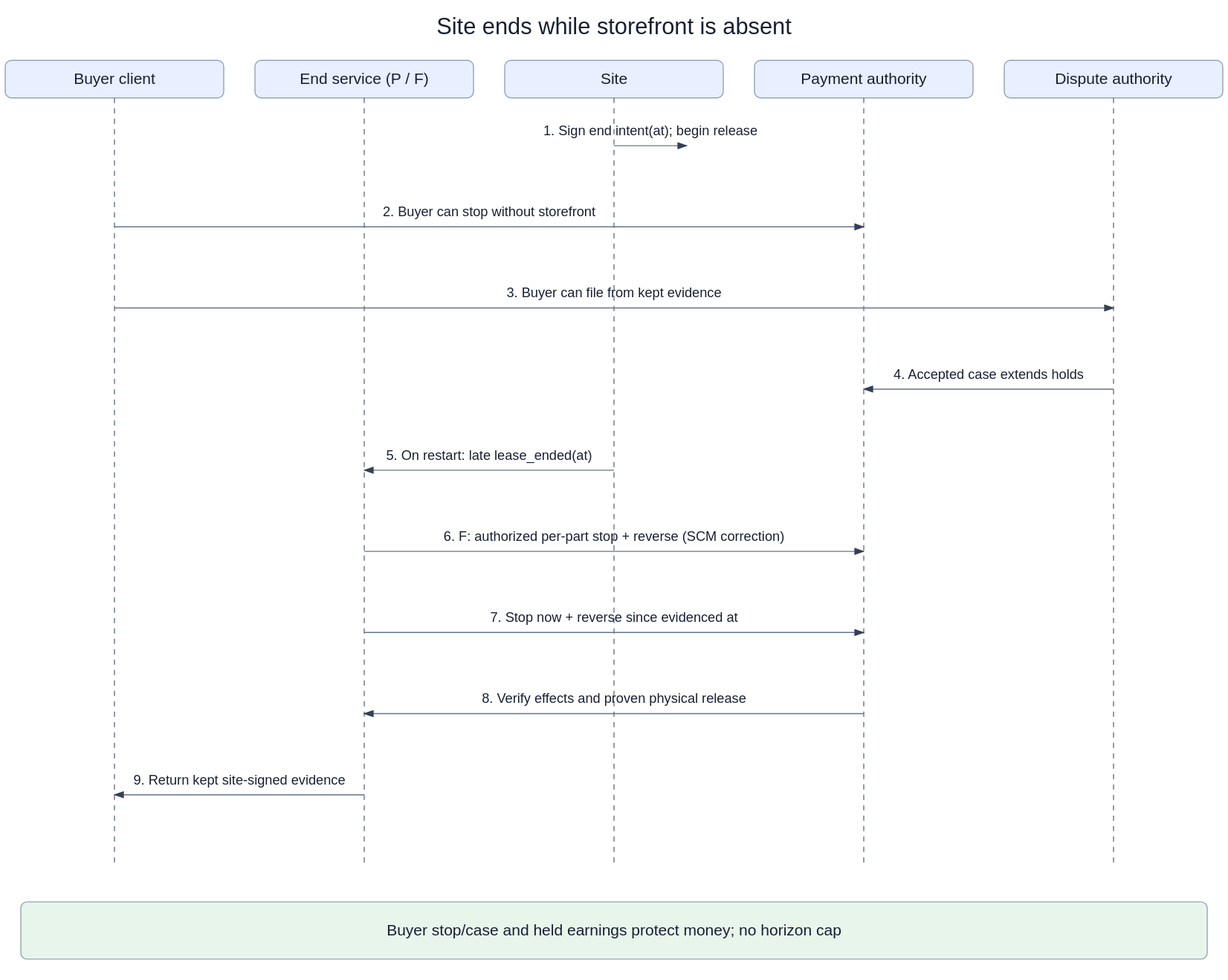
Earlier version of the draw.io export openspec/changes/converge-ongoing-compute-leases/diagrams/02-site-withdraws-storefront-dead.svg (arkhai-io/simple-compute-market). Source tidied: cells renumbered, new cells last; positions are measured from the earlier drawing's top-left corner, leaving out a move shared by most shapes.
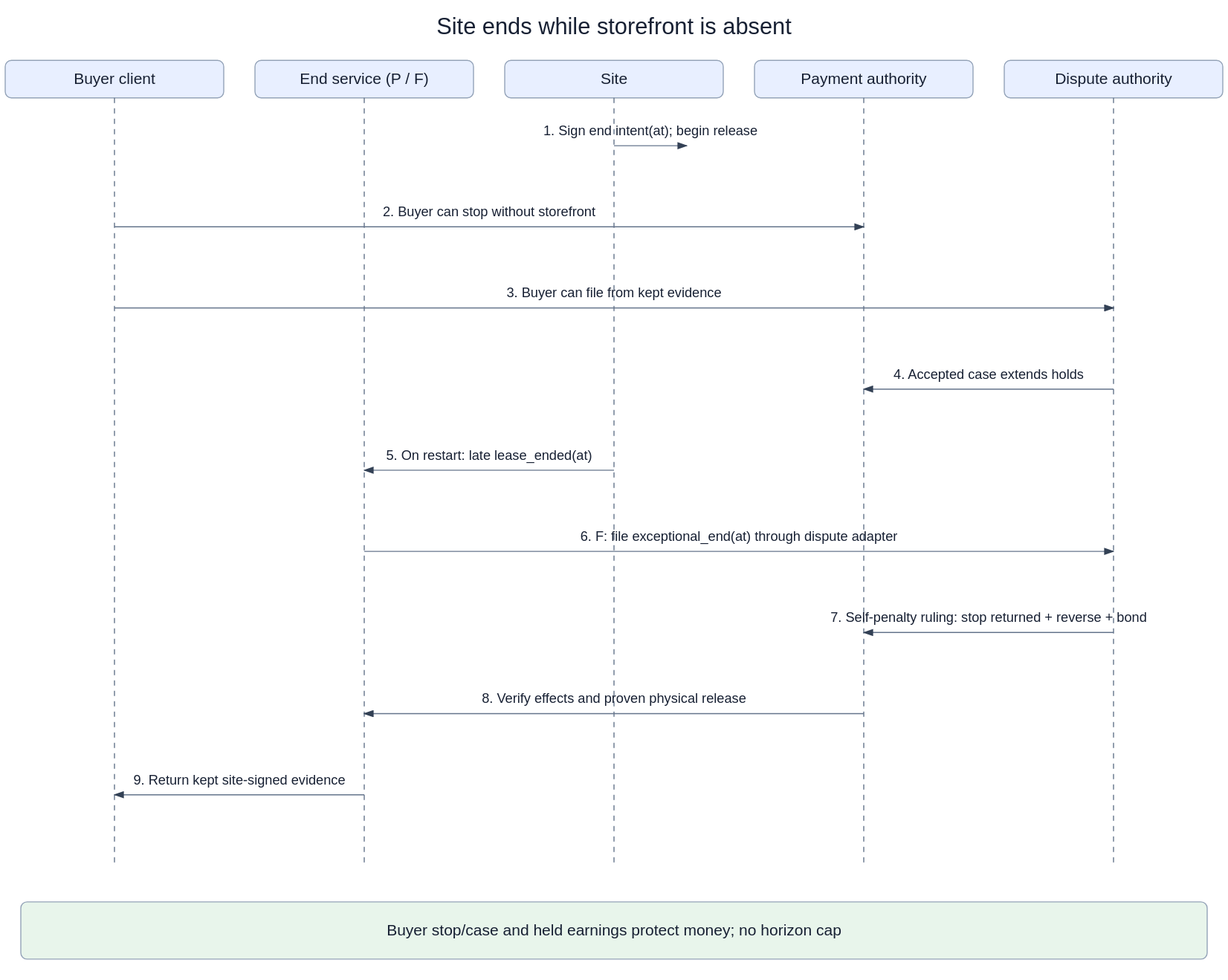
After the change.

The edit, as a diff of the source:
```diff
@@ -80,15 +80,15 @@
         <mxPoint x="345" y="442" as="targetPoint" />
       </mxGeometry>
     </mxCell>
-    <mxCell id="18" value="6. F: authorized per-part stop + reverse (SCM correction)" style="endArrow=block;fontSize=13;labelBackgroundColor=#ffffff;" parent="1" edge="1">
+    <mxCell id="18" value="6. F: file exceptional_end(at) through dispute adapter" style="endArrow=block;fontSize=13;labelBackgroundColor=#ffffff;" parent="1" edge="1">
       <mxGeometry relative="1" as="geometry">
         <mxPoint x="345" y="520" as="sourcePoint" />
-        <mxPoint x="825" y="520" as="targetPoint" />
+        <mxPoint x="1065" y="520" as="targetPoint" />
       </mxGeometry>
     </mxCell>
-    <mxCell id="19" value="7. Stop now + reverse since evidenced at" style="endArrow=block;fontSize=13;labelBackgroundColor=#ffffff;" parent="1" edge="1">
+    <mxCell id="19" value="7. Self-penalty ruling: stop returned + reverse + bond" style="endArrow=block;fontSize=13;labelBackgroundColor=#ffffff;" parent="1" edge="1">
       <mxGeometry relative="1" as="geometry">
-        <mxPoint x="345" y="598" as="sourcePoint" />
+        <mxPoint x="1065" y="598" as="sourcePoint" />
         <mxPoint x="825" y="598" as="targetPoint" />
       </mxGeometry>
     </mxCell>
```
